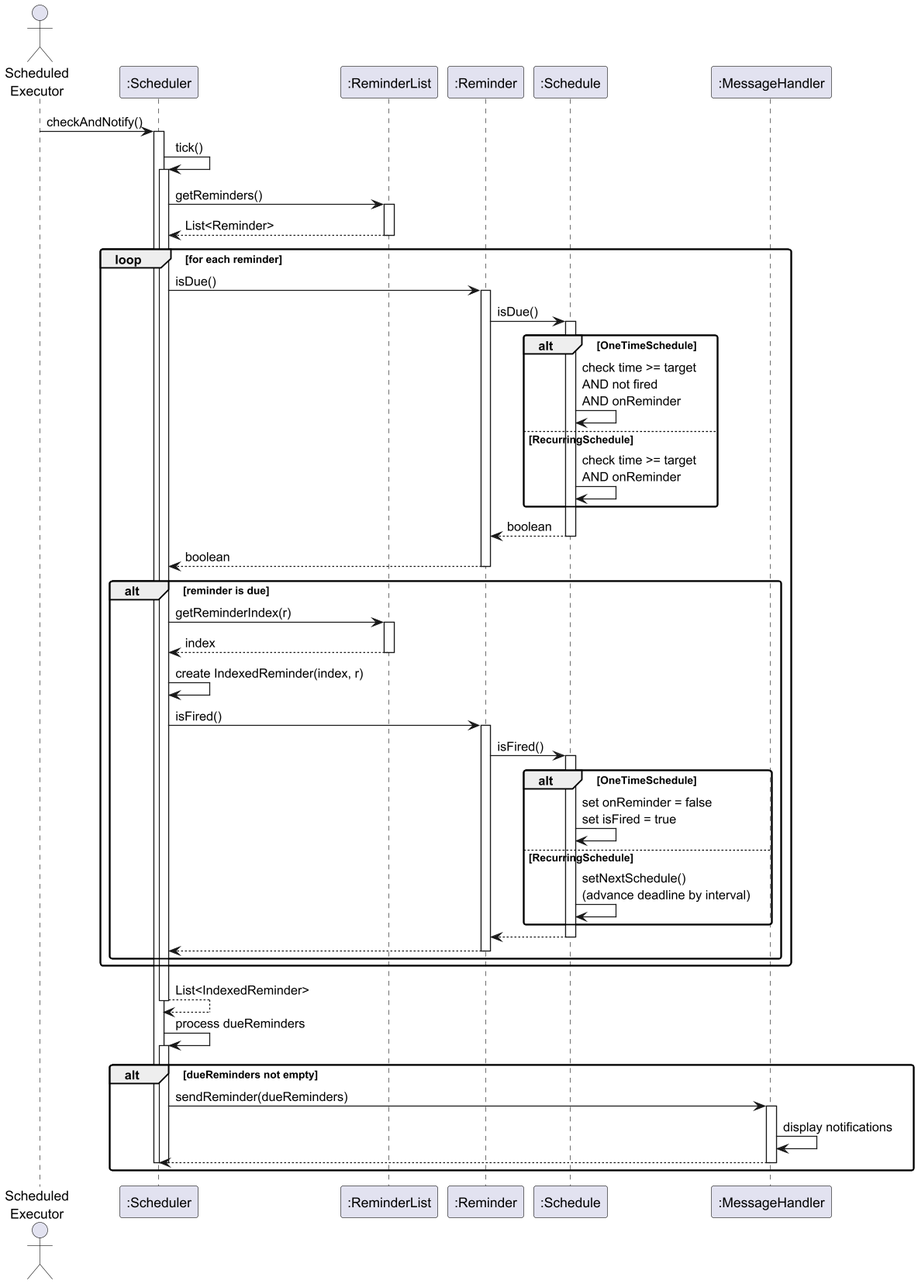
Earlier version of the PlantUML export docs/images/ReminderCheckSequence.png (chongyaoo/tp). Its source is kept beside it as docs/plantuml/ReminderCheckSequence.puml. Source of this version:
```plantuml
@startuml ReminderCheckSequence
skinparam roundcorner 5

actor ScheduledExecutor as "Scheduled\nExecutor"
participant ":Scheduler" as Scheduler
participant ":ReminderList" as ReminderList
participant ":Reminder" as Reminder
participant ":Schedule" as Schedule
participant ":MessageHandler" as MessageHandler

ScheduledExecutor -> Scheduler : checkAndNotify()
activate Scheduler

Scheduler -> Scheduler : tick()
activate Scheduler

Scheduler -> ReminderList : getReminders()
activate ReminderList
return List<Reminder>

loop for each reminder
  Scheduler -> Reminder : isDue()
  activate Reminder

  Reminder -> Schedule : isDue()
  activate Schedule

  alt OneTimeSchedule
    Schedule -> Schedule : check time >= target\nAND not fired\nAND onReminder
  else RecurringSchedule
    Schedule -> Schedule : check time >= target\nAND onReminder
  end

  return boolean
  return boolean

  alt reminder is due
    Scheduler -> ReminderList : getReminderIndex(r)
    activate ReminderList
    return index

    Scheduler -> Scheduler : create IndexedReminder(index, r)

    Scheduler -> Reminder : isFired()
    activate Reminder

    Reminder -> Schedule : isFired()
    activate Schedule

    alt OneTimeSchedule
      Schedule -> Schedule : set onReminder = false\nset isFired = true
    else RecurringSchedule
      Schedule -> Schedule : setNextSchedule()\n(advance deadline by interval)
    end

    return
    return
  end
end

Scheduler --> Scheduler : List<IndexedReminder>
deactivate Scheduler

Scheduler -> Scheduler : process dueReminders
activate Scheduler

alt dueReminders not empty
  Scheduler -> MessageHandler : sendReminder(dueReminders)
  activate MessageHandler
  MessageHandler -> MessageHandler : display notifications
  return
  deactivate
  deactivate
end

@enduml
```
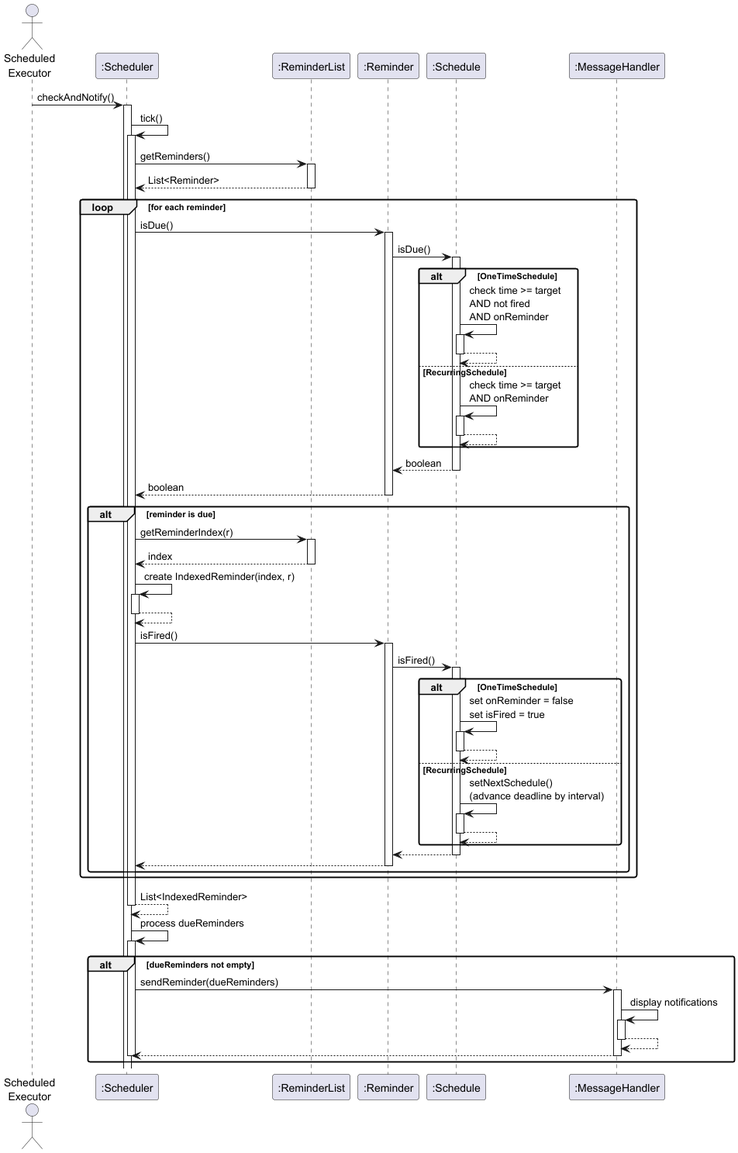
Above is the later version.

Commit message:
Updated UML sequence diagrams to include outer activation bars for method calls

Change to the diagram source:
```diff
@@ -27,8 +27,14 @@
 
   alt OneTimeSchedule
     Schedule -> Schedule : check time >= target\nAND not fired\nAND onReminder
+    activate Schedule
+    Schedule --> Schedule
+    deactivate Schedule
   else RecurringSchedule
     Schedule -> Schedule : check time >= target\nAND onReminder
+    activate Schedule
+    Schedule --> Schedule
+    deactivate Schedule
   end
 
   return boolean
@@ -40,6 +46,9 @@
     return index
 
     Scheduler -> Scheduler : create IndexedReminder(index, r)
+    activate Scheduler
+    Scheduler --> Scheduler
+    deactivate Scheduler
 
     Scheduler -> Reminder : isFired()
     activate Reminder
@@ -49,8 +58,14 @@
 
     alt OneTimeSchedule
       Schedule -> Schedule : set onReminder = false\nset isFired = true
+      activate Schedule
+      Schedule --> Schedule
+      deactivate Schedule
     else RecurringSchedule
       Schedule -> Schedule : setNextSchedule()\n(advance deadline by interval)
+      activate Schedule
+      Schedule --> Schedule
+      deactivate Schedule
     end
 
     return
@@ -68,8 +83,10 @@
   Scheduler -> MessageHandler : sendReminder(dueReminders)
   activate MessageHandler
   MessageHandler -> MessageHandler : display notifications
+  activate MessageHandler
+  MessageHandler --> MessageHandler
+  deactivate MessageHandler
   return
-  deactivate
   deactivate
 end
 
```
